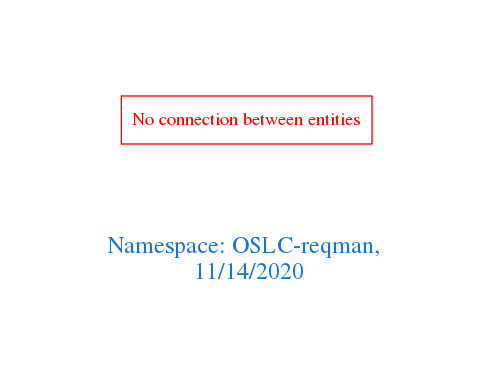
arago/OGIT keeps this Graphviz diagram as downloads/OSLC-reqman.png. Above is the earlier version. Its source is kept beside it as downloads/OSLC-reqman.dot.
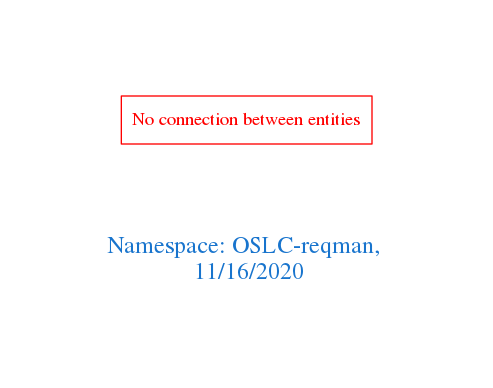
Later version of the same file.

Diff of the diagram source:
```diff
@@ -1,7 +1,7 @@
 digraph OGIT_ontology {
  graph [ rankdir= LR,pad=1
 fontsize = 18,
-fontcolor= dodgerblue3,label = "\n\n\nNamespace: OSLC-reqman, \n 11/14/2020"];
+fontcolor= dodgerblue3,label = "\n\n\nNamespace: OSLC-reqman, \n 11/16/2020"];
 node[shape=polygon];
 edge [  color="gray81"];
 
```
